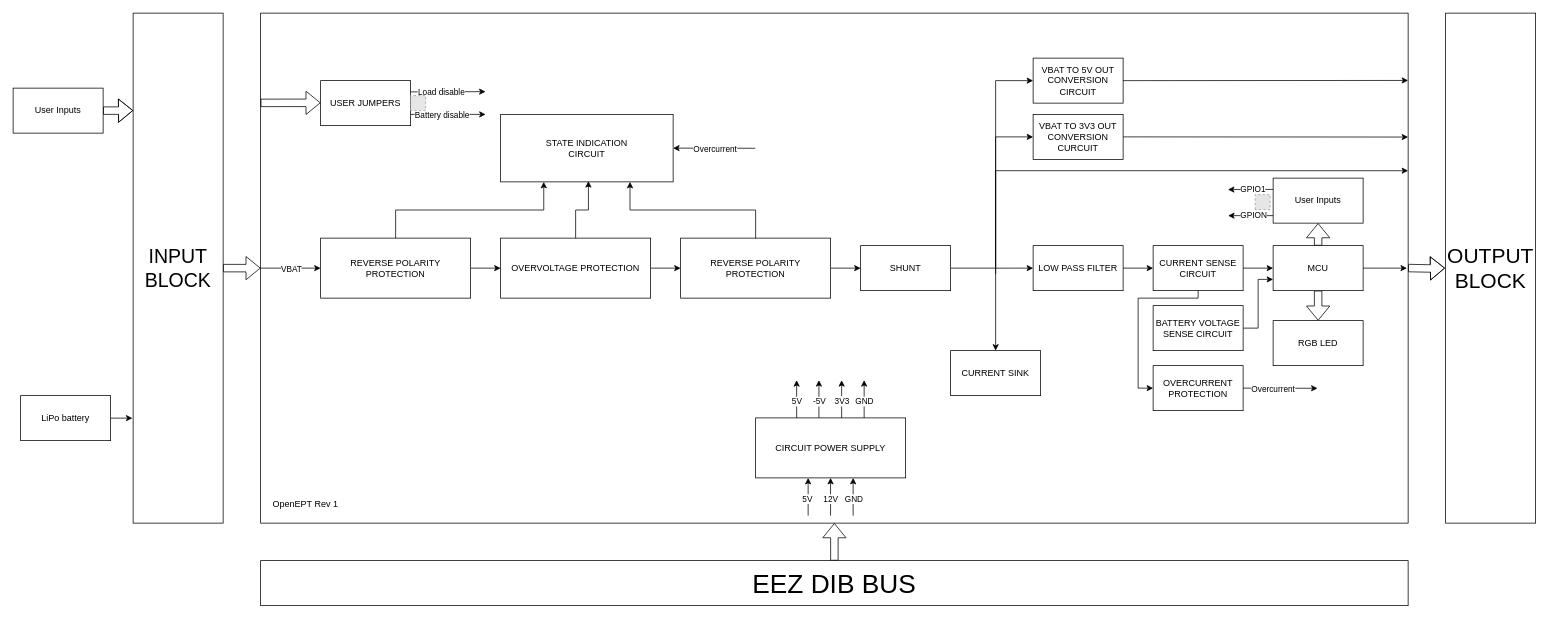
This is Hardware/block_diagram_rev1.drawio from turkmanovic/OpenEPT, a draw.io file, before an edit. Source tidied: cells renumbered, new cells numbered last; positions are measured from the earlier drawing's top-left corner, leaving out a move shared by most shapes. Both pictures are drawn from the tidied source at 75%, with x=0, y=0 at pixel (13, 13). Pictures stored in the file or linked from it are replaced by grey dashed boxes.
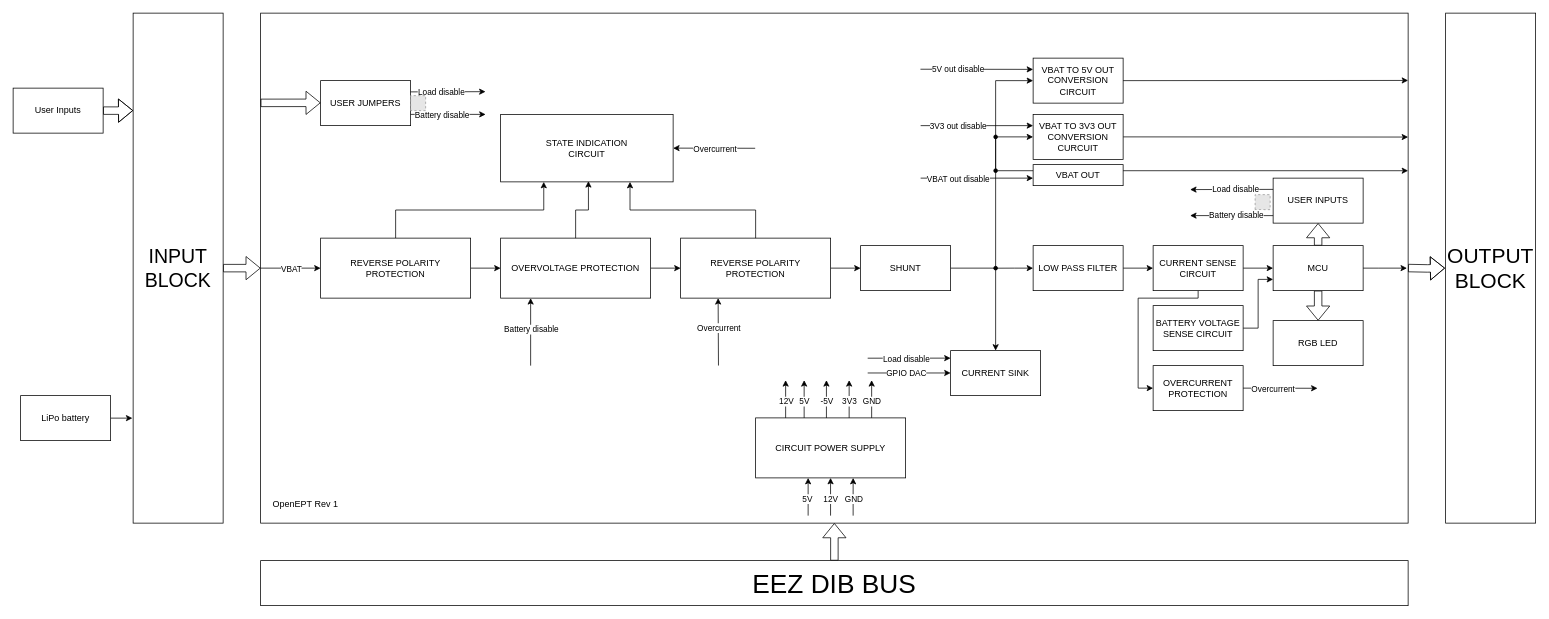
After the change.

Commit message:
update block diagram

Unchanged cells that the change refers to:
```xml
<mxCell id="2" style="rounded=0;whiteSpace=wrap;html=1;fillColor=default;" parent="1" vertex="1">
  <mxGeometry x="330" width="1530" height="680" as="geometry" />
</mxCell>
<mxCell id="33" value="&lt;div&gt;REVERSE POLARITY&lt;/div&gt;&lt;div&gt;PROTECTION&lt;br&gt;&lt;/div&gt;" style="rounded=0;whiteSpace=wrap;html=1;" parent="1" vertex="1">
  <mxGeometry x="890" y="300" width="200" height="80" as="geometry" />
</mxCell>
<mxCell id="56" value="VBAT TO 5V OUT CONVERSION CIRCUIT" style="rounded=0;whiteSpace=wrap;html=1;" parent="1" vertex="1">
  <mxGeometry x="1360" y="60" width="120" height="60" as="geometry" />
</mxCell>
<mxCell id="58" value="VBAT TO 3V3 OUT CONVERSION CURCUIT" style="rounded=0;whiteSpace=wrap;html=1;" parent="1" vertex="1">
  <mxGeometry x="1360" y="135" width="120" height="60" as="geometry" />
</mxCell>
```

The edit, as a diff of the source:
```diff
@@
     <mxCell id="39" style="edgeStyle=orthogonalEdgeStyle;rounded=0;orthogonalLoop=1;jettySize=auto;html=1;exitX=0.25;exitY=1;exitDx=0;exitDy=0;startArrow=classic;startFill=1;endArrow=none;endFill=0;" parent="1" edge="1">
       <mxGeometry relative="1" as="geometry">
-        <mxPoint x="1044.7" y="489.4" as="sourcePoint" />
-        <mxPoint x="1044.7" y="539.7" as="targetPoint" />
+        <mxPoint x="1054.7" y="489.4" as="sourcePoint" />
+        <mxPoint x="1054.7" y="539.7" as="targetPoint" />
       </mxGeometry>
     </mxCell>
@@
     <mxCell id="41" style="edgeStyle=orthogonalEdgeStyle;rounded=0;orthogonalLoop=1;jettySize=auto;html=1;exitX=0.25;exitY=1;exitDx=0;exitDy=0;startArrow=classic;startFill=1;endArrow=none;endFill=0;" parent="1" edge="1">
       <mxGeometry relative="1" as="geometry">
-        <mxPoint x="1074.4" y="489.4" as="sourcePoint" />
-        <mxPoint x="1074.4" y="539.7" as="targetPoint" />
+        <mxPoint x="1084.4" y="489.4" as="sourcePoint" />
+        <mxPoint x="1084.4" y="539.7" as="targetPoint" />
       </mxGeometry>
     </mxCell>
@@
     <mxCell id="43" style="edgeStyle=orthogonalEdgeStyle;rounded=0;orthogonalLoop=1;jettySize=auto;html=1;exitX=0.25;exitY=1;exitDx=0;exitDy=0;startArrow=classic;startFill=1;endArrow=none;endFill=0;" parent="1" edge="1">
       <mxGeometry relative="1" as="geometry">
-        <mxPoint x="1104.7" y="489.4" as="sourcePoint" />
-        <mxPoint x="1104.7" y="539.7" as="targetPoint" />
+        <mxPoint x="1114.7" y="489.4" as="sourcePoint" />
+        <mxPoint x="1114.7" y="539.7" as="targetPoint" />
       </mxGeometry>
     </mxCell>
@@
     <mxCell id="46" style="edgeStyle=orthogonalEdgeStyle;rounded=0;orthogonalLoop=1;jettySize=auto;html=1;exitX=0.25;exitY=1;exitDx=0;exitDy=0;startArrow=classic;startFill=1;endArrow=none;endFill=0;" parent="1" edge="1">
       <mxGeometry relative="1" as="geometry">
-        <mxPoint x="1134.7" y="489.4" as="sourcePoint" />
-        <mxPoint x="1134.7" y="539.7" as="targetPoint" />
+        <mxPoint x="1144.7" y="489.4" as="sourcePoint" />
+        <mxPoint x="1144.7" y="539.7" as="targetPoint" />
       </mxGeometry>
     </mxCell>
@@
-    <mxCell id="59" value="User Inputs" style="rounded=0;whiteSpace=wrap;html=1;" parent="1" vertex="1">
+    <mxCell id="59" value="USER INPUTS" style="rounded=0;whiteSpace=wrap;html=1;" parent="1" vertex="1">
       <mxGeometry x="1680" y="220" width="120" height="60" as="geometry" />
     </mxCell>
-    <mxCell id="60" style="endArrow=classic;html=1;rounded=0;edgeStyle=orthogonalEdgeStyle;entryX=0;entryY=0.5;entryDx=0;entryDy=0;" parent="1" edge="1" target="58">
+    <mxCell id="60" style="endArrow=classic;html=1;rounded=0;edgeStyle=orthogonalEdgeStyle;entryX=0;entryY=0.5;entryDx=0;entryDy=0;" parent="1" edge="1" source="93" target="58">
       <mxGeometry relative="1" as="geometry">
-        <mxPoint x="1310" y="348" as="sourcePoint" />
         <Array as="points">
           <mxPoint x="1310" y="165" />
         </Array>
       </mxGeometry>
     </mxCell>
-    <mxCell id="61" style="endArrow=classic;html=1;rounded=0;edgeStyle=orthogonalEdgeStyle;entryX=1;entryY=0.309;entryDx=0;entryDy=0;entryPerimeter=0;" parent="1" edge="1" target="2">
+    <mxCell id="61" style="endArrow=classic;html=1;rounded=0;edgeStyle=orthogonalEdgeStyle;entryX=1;entryY=0.309;entryDx=0;entryDy=0;entryPerimeter=0;" parent="1" edge="1" source="93" target="2">
       <mxGeometry relative="1" as="geometry">
-        <mxPoint x="1310" y="340" as="sourcePoint" />
         <Array as="points">
           <mxPoint x="1310" y="210" />
         </Array>
       </mxGeometry>
     </mxCell>
@@
-    <mxCell id="67" style="rounded=0;jettySize=auto;html=1;exitX=0;exitY=0.25;exitDx=0;exitDy=0;entryX=0.843;entryY=0.346;entryDx=0;entryDy=0;entryPerimeter=0;" parent="1" edge="1" source="59" target="2">
+    <mxCell id="67" style="rounded=0;jettySize=auto;html=1;exitX=0;exitY=0.25;exitDx=0;exitDy=0;entryX=0.81;entryY=0.346;entryDx=0;entryDy=0;entryPerimeter=0;" parent="1" edge="1" source="59" target="2">
       <mxGeometry relative="1" as="geometry" />
     </mxCell>
-    <mxCell id="68" value="GPIO1" style="edgeLabel;html=1;align=center;verticalAlign=middle;" parent="67" vertex="1">
+    <mxCell id="68" value="Load disable" style="edgeLabel;html=1;align=center;verticalAlign=middle;" parent="67" vertex="1">
       <mxGeometry x="-0.1" y="-1" relative="1" as="geometry" />
     </mxCell>
@@
-    <mxCell id="70" style="rounded=0;orthogonalLoop=1;jettySize=auto;html=1;exitX=0;exitY=0.25;exitDx=0;exitDy=0;entryX=0.843;entryY=0.346;entryDx=0;entryDy=0;entryPerimeter=0;" parent="1" edge="1">
+    <mxCell id="70" style="rounded=0;jettySize=auto;html=1;exitX=0;exitY=0.25;exitDx=0;exitDy=0;entryX=0.81;entryY=0.397;entryDx=0;entryDy=0;entryPerimeter=0;" parent="1" edge="1" target="2">
       <mxGeometry relative="1" as="geometry">
         <mxPoint x="1680" y="270" as="sourcePoint" />
-        <mxPoint x="1620" y="270" as="targetPoint" />
       </mxGeometry>
     </mxCell>
-    <mxCell id="71" value="GPION" style="edgeLabel;html=1;align=center;verticalAlign=middle;" parent="70" vertex="1">
+    <mxCell id="71" value="Battery disable" style="edgeLabel;html=1;align=center;verticalAlign=middle;" parent="70" vertex="1">
       <mxGeometry x="-0.1" y="-1" relative="1" as="geometry" />
     </mxCell>
@@
+    <mxCell id="83" style="rounded=0;orthogonalLoop=1;jettySize=auto;html=1;exitX=0;exitY=0.5;exitDx=0;exitDy=0;entryX=0.529;entryY=0.706;entryDx=0;entryDy=0;entryPerimeter=0;endArrow=none;endFill=0;startArrow=classic;startFill=1;" parent="1" edge="1">
+      <mxGeometry relative="1" as="geometry">
+        <mxPoint x="1250" y="460" as="sourcePoint" />
+        <mxPoint x="1139.4" y="460.1" as="targetPoint" />
+      </mxGeometry>
+    </mxCell>
+    <mxCell id="84" value="Load disable" style="edgeLabel;html=1;align=center;verticalAlign=middle;" parent="83" vertex="1">
+      <mxGeometry x="0.44" y="2" relative="1" as="geometry">
+        <mxPoint x="20" y="-2" as="offset" />
+      </mxGeometry>
+    </mxCell>
+    <mxCell id="85" style="edgeStyle=orthogonalEdgeStyle;rounded=0;orthogonalLoop=1;jettySize=auto;html=1;exitX=0.25;exitY=1;exitDx=0;exitDy=0;startArrow=classic;startFill=1;endArrow=none;endFill=0;" parent="1" edge="1">
+      <mxGeometry relative="1" as="geometry">
+        <mxPoint x="1030" y="489.4" as="sourcePoint" />
+        <mxPoint x="1030" y="539.7" as="targetPoint" />
+      </mxGeometry>
+    </mxCell>
+    <mxCell id="86" value="12V" style="edgeLabel;html=1;align=center;verticalAlign=middle;" parent="85" vertex="1">
+      <mxGeometry x="0.11" y="-2" relative="1" as="geometry">
+        <mxPoint x="2" as="offset" />
+      </mxGeometry>
+    </mxCell>
+    <mxCell id="87" value="VBAT OUT" style="rounded=0;whiteSpace=wrap;html=1;" parent="1" vertex="1">
+      <mxGeometry x="1360" y="202" width="120" height="28" as="geometry" />
+    </mxCell>
+    <mxCell id="88" style="rounded=0;jettySize=auto;html=1;exitX=0;exitY=0.25;exitDx=0;exitDy=0;entryX=0.575;entryY=0.11;entryDx=0;entryDy=0;entryPerimeter=0;startArrow=classic;startFill=1;endArrow=none;endFill=0;" parent="1" edge="1" source="56" target="2">
+      <mxGeometry relative="1" as="geometry" />
+    </mxCell>
+    <mxCell id="89" value="5V out disable" style="edgeLabel;html=1;align=center;verticalAlign=middle;" parent="88" vertex="1">
+      <mxGeometry x="0.34" relative="1" as="geometry" />
+    </mxCell>
+    <mxCell id="90" style="rounded=0;orthogonalLoop=1;jettySize=auto;html=1;exitX=0;exitY=0.25;exitDx=0;exitDy=0;entryX=0.575;entryY=0.11;entryDx=0;entryDy=0;entryPerimeter=0;startArrow=classic;startFill=1;endArrow=none;endFill=0;" parent="1" edge="1">
+      <mxGeometry relative="1" as="geometry">
+        <mxPoint x="1360" y="150" as="sourcePoint" />
+        <mxPoint x="1210" y="150" as="targetPoint" />
+      </mxGeometry>
+    </mxCell>
+    <mxCell id="91" value="3V3 out disable" style="edgeLabel;html=1;align=center;verticalAlign=middle;" parent="90" vertex="1">
+      <mxGeometry x="0.34" relative="1" as="geometry" />
+    </mxCell>
+    <mxCell id="92" style="ellipse;whiteSpace=wrap;html=1;fillColor=#000000;" parent="1" vertex="1">
+      <mxGeometry x="1307.5" y="337.5" width="5" height="5" as="geometry" />
+    </mxCell>
+    <mxCell id="93" style="ellipse;whiteSpace=wrap;html=1;fillColor=#000000;" parent="1" vertex="1">
+      <mxGeometry x="1307.5" y="207.5" width="5" height="5" as="geometry" />
+    </mxCell>
+    <mxCell id="94" style="ellipse;whiteSpace=wrap;html=1;fillColor=#000000;" parent="1" vertex="1">
+      <mxGeometry x="1307.5" y="162.5" width="5" height="5" as="geometry" />
+    </mxCell>
+    <mxCell id="95" style="rounded=0;jettySize=auto;html=1;exitX=0.25;exitY=1;exitDx=0;exitDy=0;entryX=0.399;entryY=0.691;entryDx=0;entryDy=0;entryPerimeter=0;startArrow=classic;startFill=1;endArrow=none;endFill=0;" parent="1" edge="1" source="33" target="2">
+      <mxGeometry relative="1" as="geometry" />
+    </mxCell>
+    <mxCell id="96" value="Overcurrent" style="edgeLabel;html=1;align=center;verticalAlign=middle;" parent="95" vertex="1">
+      <mxGeometry x="-0.1" relative="1" as="geometry" />
+    </mxCell>
+    <mxCell id="97" style="rounded=0;orthogonalLoop=1;jettySize=auto;html=1;exitX=0.25;exitY=1;exitDx=0;exitDy=0;entryX=0.399;entryY=0.691;entryDx=0;entryDy=0;entryPerimeter=0;startArrow=classic;startFill=1;endArrow=none;endFill=0;" parent="1" edge="1">
+      <mxGeometry relative="1" as="geometry">
+        <mxPoint x="690" y="380" as="sourcePoint" />
+        <mxPoint x="690" y="470" as="targetPoint" />
+      </mxGeometry>
+    </mxCell>
+    <mxCell id="98" value="Battery disable" style="edgeLabel;html=1;align=center;verticalAlign=middle;" parent="97" vertex="1">
+      <mxGeometry x="-0.1" relative="1" as="geometry" />
+    </mxCell>
+    <mxCell id="99" style="rounded=0;orthogonalLoop=1;jettySize=auto;html=1;exitX=0;exitY=0.5;exitDx=0;exitDy=0;entryX=0.529;entryY=0.706;entryDx=0;entryDy=0;entryPerimeter=0;endArrow=none;endFill=0;startArrow=classic;startFill=1;" parent="1" edge="1">
+      <mxGeometry relative="1" as="geometry">
+        <mxPoint x="1250" y="479.8" as="sourcePoint" />
+        <mxPoint x="1139.4" y="479.8" as="targetPoint" />
+      </mxGeometry>
+    </mxCell>
+    <mxCell id="100" value="GPIO DAC" style="edgeLabel;html=1;align=center;verticalAlign=middle;" parent="99" vertex="1">
+      <mxGeometry x="0.44" y="2" relative="1" as="geometry">
+        <mxPoint x="20" y="-2" as="offset" />
+      </mxGeometry>
+    </mxCell>
+    <mxCell id="101" style="rounded=0;orthogonalLoop=1;jettySize=auto;html=1;exitX=0;exitY=0.25;exitDx=0;exitDy=0;entryX=0.575;entryY=0.11;entryDx=0;entryDy=0;entryPerimeter=0;startArrow=classic;startFill=1;endArrow=none;endFill=0;" parent="1" edge="1">
+      <mxGeometry relative="1" as="geometry">
+        <mxPoint x="1360" y="220" as="sourcePoint" />
+        <mxPoint x="1210" y="220" as="targetPoint" />
+      </mxGeometry>
+    </mxCell>
+    <mxCell id="102" value="VBAT out disable" style="edgeLabel;html=1;align=center;verticalAlign=middle;" parent="101" vertex="1">
+      <mxGeometry x="0.34" relative="1" as="geometry" />
+    </mxCell>
```
